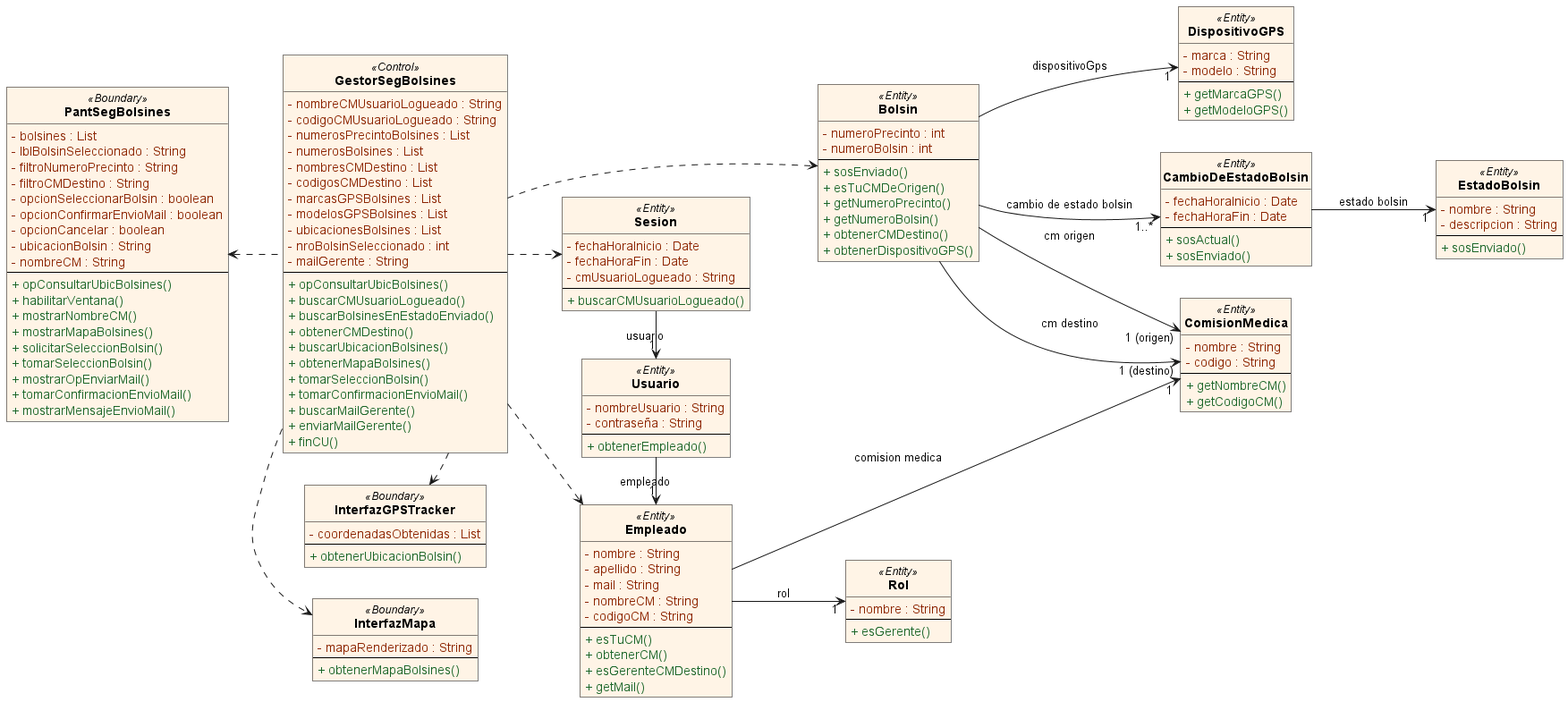
Before: out/DiagramaDeClases/DiagramaClasesSoporte.png, a diagram exported from PlantUML (FabrizioRava/PPAI-2026-Grupo1).
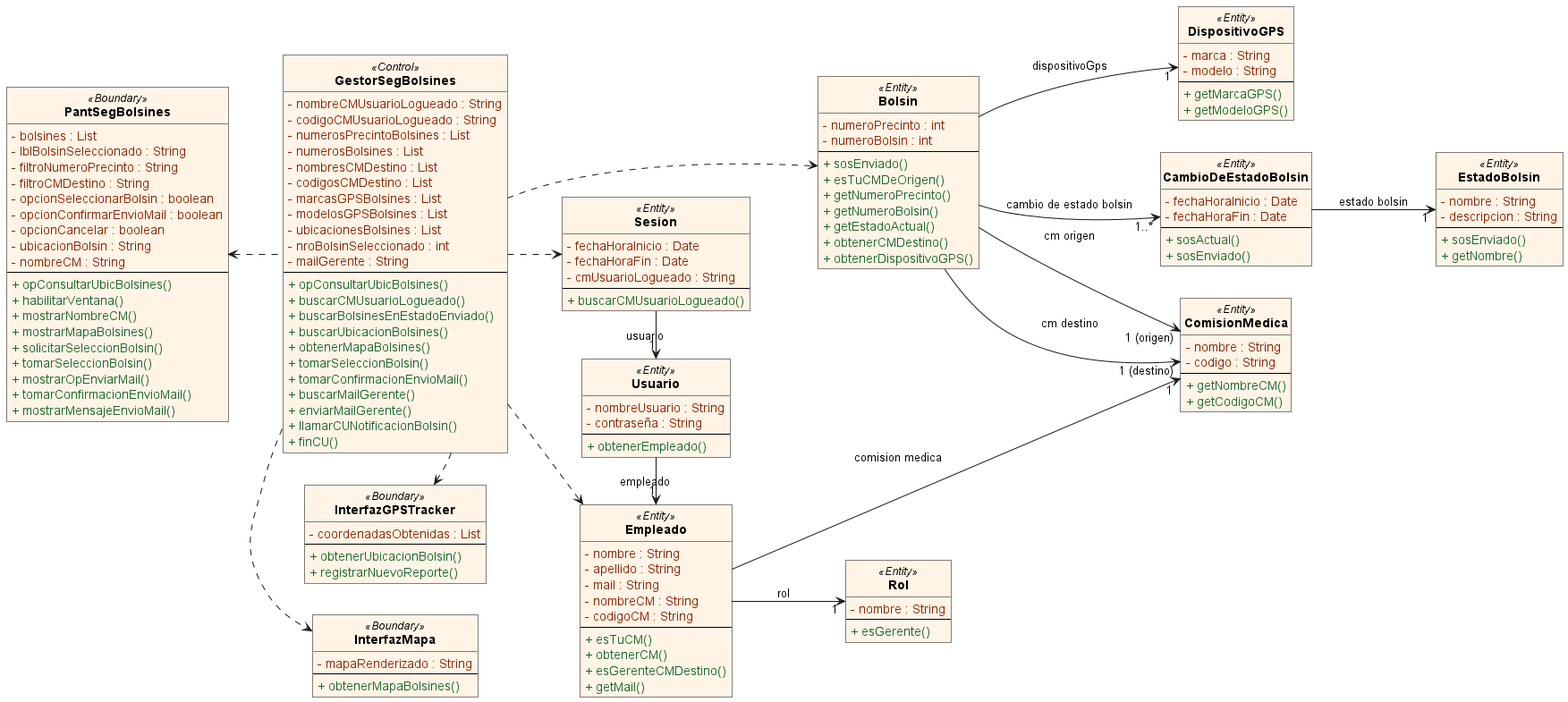
The same file after the commit.

What changed in the source:
```diff
@@ -60,13 +60,13 @@
   <font color="#1B6629">+ opConsultarUbicBolsines()</font>
   <font color="#1B6629">+ buscarCMUsuarioLogueado()</font>
   <font color="#1B6629">+ buscarBolsinesEnEstadoEnviado()</font>
-  <font color="#1B6629">+ obtenerCMDestino()</font>
   <font color="#1B6629">+ buscarUbicacionBolsines()</font>
   <font color="#1B6629">+ obtenerMapaBolsines()</font>
   <font color="#1B6629">+ tomarSeleccionBolsin()</font>
   <font color="#1B6629">+ tomarConfirmacionEnvioMail()</font>
   <font color="#1B6629">+ buscarMailGerente()</font>
   <font color="#1B6629">+ enviarMailGerente()</font>
+  <font color="#1B6629">+ llamarCUNotificacionBolsin()</font>
   <font color="#1B6629">+ finCU()</font>
 }
 
@@ -74,6 +74,7 @@
   <font color="#8C2400">- coordenadasObtenidas : List</font>
   --
   <font color="#1B6629">+ obtenerUbicacionBolsin()</font>
+  <font color="#1B6629">+ registrarNuevoReporte()</font>
 }
 
 class InterfazMapa <<Boundary>> {
@@ -140,6 +141,7 @@
   <font color="#1B6629">+ esTuCMDeOrigen()</font>
   <font color="#1B6629">+ getNumeroPrecinto()</font>
   <font color="#1B6629">+ getNumeroBolsin()</font>
+  <font color="#1B6629">+ getEstadoActual()</font>
   <font color="#1B6629">+ obtenerCMDestino()</font>
   <font color="#1B6629">+ obtenerDispositivoGPS()</font>
 }
@@ -157,6 +159,7 @@
   <font color="#8C2400">- descripcion : String</font>
   --
   <font color="#1B6629">+ sosEnviado()</font>
+  <font color="#1B6629">+ getNombre()</font>
 }
 
 left to right direction
```
